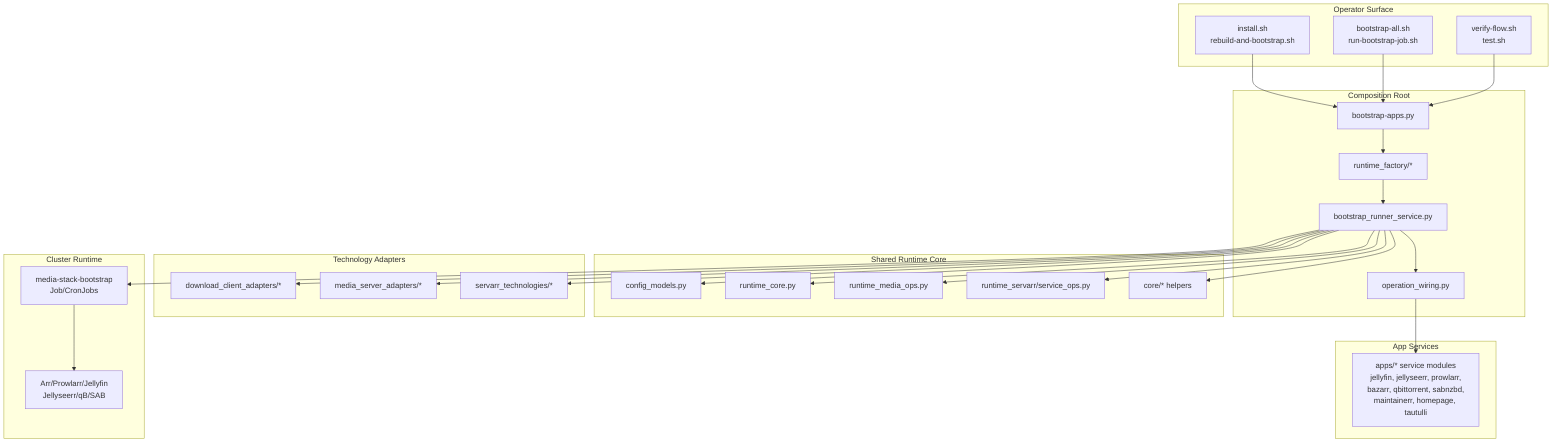
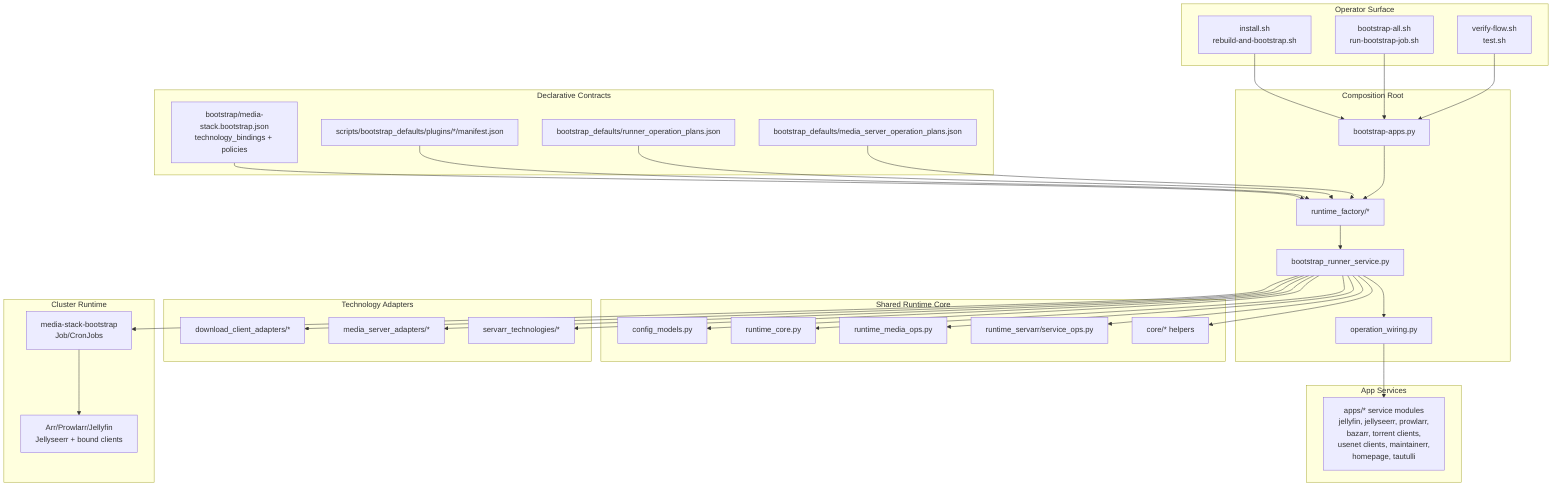
flowchart TD
  subgraph Operators[Operator Surface]
    SH1["install.sh\nrebuild-and-bootstrap.sh"]
    SH2["bootstrap-all.sh\nrun-bootstrap-job.sh"]
    SH3["verify-flow.sh\ntest.sh"]
+   end
+ 
+   subgraph Contracts[Declarative Contracts]
+     CFG["bootstrap/media-stack.bootstrap.json\ntechnology_bindings + policies"]
+     PM["scripts/bootstrap_defaults/plugins/*/manifest.json"]
+     RPLAN["bootstrap_defaults/runner_operation_plans.json"]
+     MPLAN["bootstrap_defaults/media_server_operation_plans.json"]
  end

  subgraph Entry[Composition Root]
    MAIN["bootstrap-apps.py"]
    RF["runtime_factory/*"]
    RUN["bootstrap_runner_service.py"]
    WIRE["operation_wiring.py"]
  end

  subgraph Core[Shared Runtime Core]
-     CFG["config_models.py"]
+     CFGM["config_models.py"]
    CORE_RT["runtime_core.py"]
    MED["runtime_media_ops.py"]
    ARR["runtime_servarr/service_ops.py"]
    LIB["core/* helpers"]
  end

  subgraph Adapters[Technology Adapters]
    DL["download_client_adapters/*"]
    MS["media_server_adapters/*"]
    SA["servarr_technologies/*"]
  end

  subgraph AppSvc[App Services]
-     APPMOD["apps/* service modules\njellyfin, jellyseerr, prowlarr,\nbazarr, qbittorrent, sabnzbd,\nmaintainerr, homepage, tautulli"]
+     APPMOD["apps/* service modules\njellyfin, jellyseerr, prowlarr,\nbazarr, torrent clients,\nusenet clients, maintainerr,\nhomepage, tautulli"]
  end

  subgraph Runtime[Cluster Runtime]
    JOB["media-stack-bootstrap\nJob/CronJobs"]
-     APPS["Arr/Prowlarr/Jellyfin\nJellyseerr/qB/SAB"]
+     APPS["Arr/Prowlarr/Jellyfin\nJellyseerr + bound clients"]
  end

  SH1 --> MAIN
  SH2 --> MAIN
  SH3 --> MAIN

+   CFG --> RF
+   PM --> RF
+   RPLAN --> RF
+   MPLAN --> RF
+ 
  MAIN --> RF --> RUN --> WIRE

-   RUN --> CFG
+   RUN --> CFGM
  RUN --> CORE_RT
  RUN --> MED
  RUN --> ARR
  RUN --> LIB

  RUN --> DL
  RUN --> MS
  RUN --> SA

  WIRE --> APPMOD

  RUN --> JOB --> APPS
